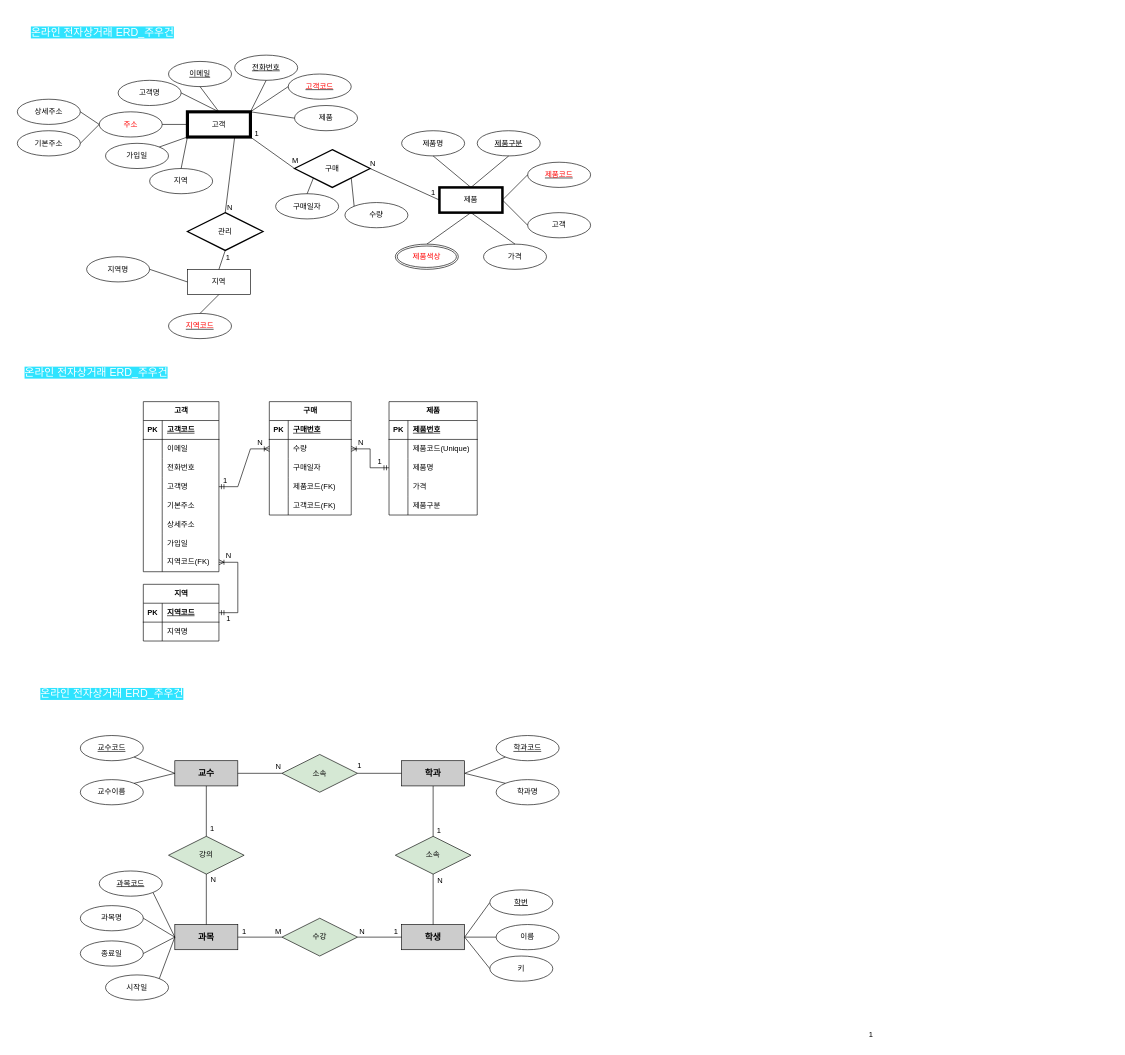
Joowoogun/Bigdata keeps this draw.io diagram as product.drawio. Above is the earlier version. Source tidied: cells renumbered, new cells numbered last; positions are measured from the earlier drawing's top-left corner, leaving out a move shared by most shapes. Both pictures are drawn from the tidied source at 63%, with x=0, y=0 at pixel (11, 23).
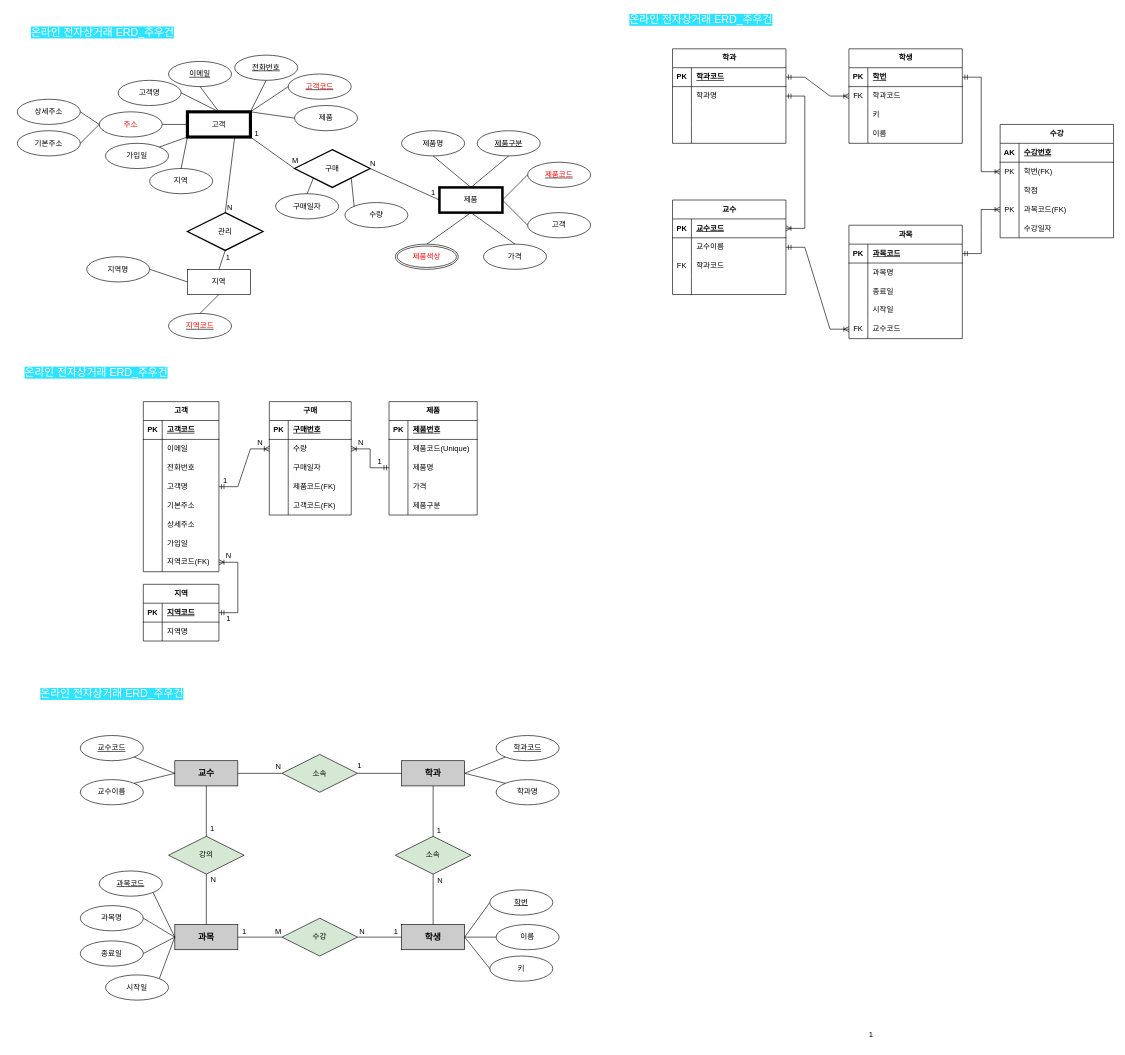
The same page after the edit.

What changed in the source:
```diff
@@
+    <mxCell id="182" value="학과" style="shape=table;startSize=30;childLayout=tableLayout;rowLines=0;fontStyle=1;align=center;html=1;" parent="1" vertex="1">
+      <mxGeometry x="1050" y="40" width="180" height="150" as="geometry" />
+    </mxCell>
+    <mxCell id="183" style="shape=tableRow;horizontal=0;startSize=0;swimlaneHead=0;swimlaneBody=0;fillColor=none;points=[[0,0.5],[1,0.5]];portConstraint=eastwest;top=0;left=0;right=0;bottom=1;" parent="182" vertex="1">
+      <mxGeometry y="30" width="180" height="30" as="geometry" />
+    </mxCell>
+    <mxCell id="184" value="PK" style="shape=partialRectangle;fillColor=none;top=0;left=0;bottom=0;right=0;fontStyle=1;overflow=hidden;whiteSpace=wrap;html=1;" parent="183" vertex="1">
+      <mxGeometry width="30" height="30" as="geometry" />
+    </mxCell>
+    <mxCell id="185" value="학과코드" style="shape=partialRectangle;fillColor=none;top=0;left=0;bottom=0;right=0;align=left;spacingLeft=6;fontStyle=5;overflow=hidden;whiteSpace=wrap;html=1;" parent="183" vertex="1">
+      <mxGeometry x="30" width="150" height="30" as="geometry" />
+    </mxCell>
+    <mxCell id="186" style="shape=tableRow;horizontal=0;startSize=0;swimlaneHead=0;swimlaneBody=0;fillColor=none;points=[[0,0.5],[1,0.5]];portConstraint=eastwest;top=0;left=0;right=0;bottom=0;" parent="182" vertex="1">
+      <mxGeometry y="60" width="180" height="30" as="geometry" />
+    </mxCell>
+    <mxCell id="187" style="shape=partialRectangle;fillColor=none;top=0;left=0;bottom=0;right=0;overflow=hidden;whiteSpace=wrap;html=1;" parent="186" vertex="1">
+      <mxGeometry width="30" height="30" as="geometry" />
+    </mxCell>
+    <mxCell id="188" value="학과명" style="shape=partialRectangle;fillColor=none;top=0;left=0;bottom=0;right=0;align=left;spacingLeft=6;overflow=hidden;whiteSpace=wrap;html=1;" parent="186" vertex="1">
+      <mxGeometry x="30" width="150" height="30" as="geometry" />
+    </mxCell>
+    <mxCell id="189" style="shape=tableRow;horizontal=0;startSize=0;swimlaneHead=0;swimlaneBody=0;fillColor=none;top=0;left=0;right=0;bottom=0;" parent="182" vertex="1">
+      <mxGeometry y="90" width="180" height="30" as="geometry" />
+    </mxCell>
+    <mxCell id="190" style="shape=partialRectangle;fillColor=none;top=0;left=0;bottom=0;right=0;overflow=hidden;whiteSpace=wrap;html=1;" parent="189" vertex="1">
+      <mxGeometry width="30" height="30" as="geometry" />
+    </mxCell>
+    <mxCell id="191" style="shape=partialRectangle;fillColor=none;top=0;left=0;bottom=0;right=0;align=left;spacingLeft=6;overflow=hidden;whiteSpace=wrap;html=1;" parent="189" vertex="1">
+      <mxGeometry x="30" width="150" height="30" as="geometry" />
+    </mxCell>
+    <mxCell id="192" style="shape=tableRow;horizontal=0;startSize=0;swimlaneHead=0;swimlaneBody=0;fillColor=none;top=0;left=0;right=0;bottom=0;" parent="182" vertex="1">
+      <mxGeometry y="120" width="180" height="30" as="geometry" />
+    </mxCell>
+    <mxCell id="193" style="shape=partialRectangle;fillColor=none;top=0;left=0;bottom=0;right=0;overflow=hidden;whiteSpace=wrap;html=1;" parent="192" vertex="1">
+      <mxGeometry width="30" height="30" as="geometry" />
+    </mxCell>
+    <mxCell id="194" style="shape=partialRectangle;fillColor=none;top=0;left=0;bottom=0;right=0;align=left;spacingLeft=6;overflow=hidden;whiteSpace=wrap;html=1;" parent="192" vertex="1">
+      <mxGeometry x="30" width="150" height="30" as="geometry" />
+    </mxCell>
+    <mxCell id="195" value="교수" style="shape=table;startSize=30;childLayout=tableLayout;rowLines=0;fontStyle=1;align=center;html=1;" parent="1" vertex="1">
+      <mxGeometry x="1050" y="280" width="180" height="150" as="geometry" />
+    </mxCell>
+    <mxCell id="196" style="shape=tableRow;horizontal=0;startSize=0;swimlaneHead=0;swimlaneBody=0;fillColor=none;points=[[0,0.5],[1,0.5]];portConstraint=eastwest;top=0;left=0;right=0;bottom=1;" parent="195" vertex="1">
+      <mxGeometry y="30" width="180" height="30" as="geometry" />
+    </mxCell>
+    <mxCell id="197" value="PK" style="shape=partialRectangle;fillColor=none;top=0;left=0;bottom=0;right=0;fontStyle=1;overflow=hidden;whiteSpace=wrap;html=1;" parent="196" vertex="1">
+      <mxGeometry width="30" height="30" as="geometry" />
+    </mxCell>
+    <mxCell id="198" value="교수코드" style="shape=partialRectangle;fillColor=none;top=0;left=0;bottom=0;right=0;align=left;spacingLeft=6;fontStyle=5;overflow=hidden;whiteSpace=wrap;html=1;" parent="196" vertex="1">
+      <mxGeometry x="30" width="150" height="30" as="geometry" />
+    </mxCell>
+    <mxCell id="199" style="shape=tableRow;horizontal=0;startSize=0;swimlaneHead=0;swimlaneBody=0;fillColor=none;points=[[0,0.5],[1,0.5]];portConstraint=eastwest;top=0;left=0;right=0;bottom=0;" parent="195" vertex="1">
+      <mxGeometry y="60" width="180" height="30" as="geometry" />
+    </mxCell>
+    <mxCell id="200" style="shape=partialRectangle;fillColor=none;top=0;left=0;bottom=0;right=0;overflow=hidden;whiteSpace=wrap;html=1;" parent="199" vertex="1">
+      <mxGeometry width="30" height="30" as="geometry" />
+    </mxCell>
+    <mxCell id="201" value="교수이름" style="shape=partialRectangle;fillColor=none;top=0;left=0;bottom=0;right=0;align=left;spacingLeft=6;overflow=hidden;whiteSpace=wrap;html=1;" parent="199" vertex="1">
+      <mxGeometry x="30" width="150" height="30" as="geometry" />
+    </mxCell>
+    <mxCell id="202" style="shape=tableRow;horizontal=0;startSize=0;swimlaneHead=0;swimlaneBody=0;fillColor=none;top=0;left=0;right=0;bottom=0;" parent="195" vertex="1">
+      <mxGeometry y="90" width="180" height="30" as="geometry" />
+    </mxCell>
+    <mxCell id="203" value="FK" style="shape=partialRectangle;fillColor=none;top=0;left=0;bottom=0;right=0;overflow=hidden;whiteSpace=wrap;html=1;" parent="202" vertex="1">
+      <mxGeometry width="30" height="30" as="geometry" />
+    </mxCell>
+    <mxCell id="204" value="학과코드" style="shape=partialRectangle;fillColor=none;top=0;left=0;bottom=0;right=0;align=left;spacingLeft=6;overflow=hidden;whiteSpace=wrap;html=1;" parent="202" vertex="1">
+      <mxGeometry x="30" width="150" height="30" as="geometry" />
+    </mxCell>
+    <mxCell id="205" style="shape=tableRow;horizontal=0;startSize=0;swimlaneHead=0;swimlaneBody=0;fillColor=none;top=0;left=0;right=0;bottom=0;" parent="195" vertex="1">
+      <mxGeometry y="120" width="180" height="30" as="geometry" />
+    </mxCell>
+    <mxCell id="206" style="shape=partialRectangle;fillColor=none;top=0;left=0;bottom=0;right=0;overflow=hidden;whiteSpace=wrap;html=1;" parent="205" vertex="1">
+      <mxGeometry width="30" height="30" as="geometry" />
+    </mxCell>
+    <mxCell id="207" style="shape=partialRectangle;fillColor=none;top=0;left=0;bottom=0;right=0;align=left;spacingLeft=6;overflow=hidden;whiteSpace=wrap;html=1;" parent="205" vertex="1">
+      <mxGeometry x="30" width="150" height="30" as="geometry" />
+    </mxCell>
+    <mxCell id="208" value="과목" style="shape=table;startSize=30;childLayout=tableLayout;rowLines=0;fontStyle=1;align=center;html=1;" parent="1" vertex="1">
+      <mxGeometry x="1330" y="320" width="180" height="180" as="geometry" />
+    </mxCell>
+    <mxCell id="209" style="shape=tableRow;horizontal=0;startSize=0;swimlaneHead=0;swimlaneBody=0;fillColor=none;points=[[0,0.5],[1,0.5]];portConstraint=eastwest;top=0;left=0;right=0;bottom=1;" parent="208" vertex="1">
+      <mxGeometry y="30" width="180" height="30" as="geometry" />
+    </mxCell>
+    <mxCell id="210" value="PK" style="shape=partialRectangle;fillColor=none;top=0;left=0;bottom=0;right=0;fontStyle=1;overflow=hidden;whiteSpace=wrap;html=1;" parent="209" vertex="1">
+      <mxGeometry width="30" height="30" as="geometry" />
+    </mxCell>
+    <mxCell id="211" value="과목코드" style="shape=partialRectangle;fillColor=none;top=0;left=0;bottom=0;right=0;align=left;spacingLeft=6;fontStyle=5;overflow=hidden;whiteSpace=wrap;html=1;" parent="209" vertex="1">
+      <mxGeometry x="30" width="150" height="30" as="geometry" />
+    </mxCell>
+    <mxCell id="212" style="shape=tableRow;horizontal=0;startSize=0;swimlaneHead=0;swimlaneBody=0;fillColor=none;top=0;left=0;right=0;bottom=0;" parent="208" vertex="1">
+      <mxGeometry y="60" width="180" height="30" as="geometry" />
+    </mxCell>
+    <mxCell id="213" style="shape=partialRectangle;fillColor=none;top=0;left=0;bottom=0;right=0;overflow=hidden;whiteSpace=wrap;html=1;" parent="212" vertex="1">
+      <mxGeometry width="30" height="30" as="geometry" />
+    </mxCell>
+    <mxCell id="214" value="과목명" style="shape=partialRectangle;fillColor=none;top=0;left=0;bottom=0;right=0;align=left;spacingLeft=6;overflow=hidden;whiteSpace=wrap;html=1;" parent="212" vertex="1">
+      <mxGeometry x="30" width="150" height="30" as="geometry" />
+    </mxCell>
+    <mxCell id="215" style="shape=tableRow;horizontal=0;startSize=0;swimlaneHead=0;swimlaneBody=0;fillColor=none;top=0;left=0;right=0;bottom=0;" parent="208" vertex="1">
+      <mxGeometry y="90" width="180" height="30" as="geometry" />
+    </mxCell>
+    <mxCell id="216" style="shape=partialRectangle;fillColor=none;top=0;left=0;bottom=0;right=0;overflow=hidden;whiteSpace=wrap;html=1;" parent="215" vertex="1">
+      <mxGeometry width="30" height="30" as="geometry" />
+    </mxCell>
+    <mxCell id="217" value="종료일" style="shape=partialRectangle;fillColor=none;top=0;left=0;bottom=0;right=0;align=left;spacingLeft=6;overflow=hidden;whiteSpace=wrap;html=1;" parent="215" vertex="1">
+      <mxGeometry x="30" width="150" height="30" as="geometry" />
+    </mxCell>
+    <mxCell id="218" style="shape=tableRow;horizontal=0;startSize=0;swimlaneHead=0;swimlaneBody=0;fillColor=none;top=0;left=0;right=0;bottom=0;" parent="208" vertex="1">
+      <mxGeometry y="120" width="180" height="30" as="geometry" />
+    </mxCell>
+    <mxCell id="219" style="shape=partialRectangle;fillColor=none;top=0;left=0;bottom=0;right=0;overflow=hidden;whiteSpace=wrap;html=1;" parent="218" vertex="1">
+      <mxGeometry width="30" height="30" as="geometry" />
+    </mxCell>
+    <mxCell id="220" value="시작일" style="shape=partialRectangle;fillColor=none;top=0;left=0;bottom=0;right=0;align=left;spacingLeft=6;overflow=hidden;whiteSpace=wrap;html=1;" parent="218" vertex="1">
+      <mxGeometry x="30" width="150" height="30" as="geometry" />
+    </mxCell>
+    <mxCell id="221" style="shape=tableRow;horizontal=0;startSize=0;swimlaneHead=0;swimlaneBody=0;fillColor=none;points=[[0,0.5],[1,0.5]];portConstraint=eastwest;top=0;left=0;right=0;bottom=0;" parent="208" vertex="1">
+      <mxGeometry y="150" width="180" height="30" as="geometry" />
+    </mxCell>
+    <mxCell id="222" value="FK" style="shape=partialRectangle;fillColor=none;top=0;left=0;bottom=0;right=0;overflow=hidden;whiteSpace=wrap;html=1;" parent="221" vertex="1">
+      <mxGeometry width="30" height="30" as="geometry" />
+    </mxCell>
+    <mxCell id="223" value="교수코드" style="shape=partialRectangle;fillColor=none;top=0;left=0;bottom=0;right=0;align=left;spacingLeft=6;overflow=hidden;whiteSpace=wrap;html=1;" parent="221" vertex="1">
+      <mxGeometry x="30" width="150" height="30" as="geometry" />
+    </mxCell>
+    <mxCell id="224" value="학생" style="shape=table;startSize=30;childLayout=tableLayout;rowLines=0;fontStyle=1;align=center;html=1;" parent="1" vertex="1">
+      <mxGeometry x="1330" y="40" width="180" height="150" as="geometry" />
+    </mxCell>
+    <mxCell id="225" style="shape=tableRow;horizontal=0;startSize=0;swimlaneHead=0;swimlaneBody=0;fillColor=none;points=[[0,0.5],[1,0.5]];portConstraint=eastwest;top=0;left=0;right=0;bottom=1;" parent="224" vertex="1">
+      <mxGeometry y="30" width="180" height="30" as="geometry" />
+    </mxCell>
+    <mxCell id="226" value="PK" style="shape=partialRectangle;fillColor=none;top=0;left=0;bottom=0;right=0;fontStyle=1;overflow=hidden;whiteSpace=wrap;html=1;" parent="225" vertex="1">
+      <mxGeometry width="30" height="30" as="geometry" />
+    </mxCell>
+    <mxCell id="227" value="학번" style="shape=partialRectangle;fillColor=none;top=0;left=0;bottom=0;right=0;align=left;spacingLeft=6;fontStyle=5;overflow=hidden;whiteSpace=wrap;html=1;" parent="225" vertex="1">
+      <mxGeometry x="30" width="150" height="30" as="geometry" />
+    </mxCell>
+    <mxCell id="228" style="shape=tableRow;horizontal=0;startSize=0;swimlaneHead=0;swimlaneBody=0;fillColor=none;points=[[0,0.5],[1,0.5]];portConstraint=eastwest;top=0;left=0;right=0;bottom=0;" parent="224" vertex="1">
+      <mxGeometry y="60" width="180" height="30" as="geometry" />
+    </mxCell>
+    <mxCell id="229" value="FK" style="shape=partialRectangle;fillColor=none;top=0;left=0;bottom=0;right=0;overflow=hidden;whiteSpace=wrap;html=1;" parent="228" vertex="1">
+      <mxGeometry width="30" height="30" as="geometry" />
+    </mxCell>
+    <mxCell id="230" value="학과코드" style="shape=partialRectangle;fillColor=none;top=0;left=0;bottom=0;right=0;align=left;spacingLeft=6;overflow=hidden;whiteSpace=wrap;html=1;" parent="228" vertex="1">
+      <mxGeometry x="30" width="150" height="30" as="geometry" />
+    </mxCell>
+    <mxCell id="231" style="shape=tableRow;horizontal=0;startSize=0;swimlaneHead=0;swimlaneBody=0;fillColor=none;top=0;left=0;right=0;bottom=0;" parent="224" vertex="1">
+      <mxGeometry y="90" width="180" height="30" as="geometry" />
+    </mxCell>
+    <mxCell id="232" style="shape=partialRectangle;fillColor=none;top=0;left=0;bottom=0;right=0;overflow=hidden;whiteSpace=wrap;html=1;" parent="231" vertex="1">
+      <mxGeometry width="30" height="30" as="geometry" />
+    </mxCell>
+    <mxCell id="233" value="키" style="shape=partialRectangle;fillColor=none;top=0;left=0;bottom=0;right=0;align=left;spacingLeft=6;overflow=hidden;whiteSpace=wrap;html=1;" parent="231" vertex="1">
+      <mxGeometry x="30" width="150" height="30" as="geometry" />
+    </mxCell>
+    <mxCell id="234" style="shape=tableRow;horizontal=0;startSize=0;swimlaneHead=0;swimlaneBody=0;fillColor=none;top=0;left=0;right=0;bottom=0;" parent="224" vertex="1">
+      <mxGeometry y="120" width="180" height="30" as="geometry" />
+    </mxCell>
+    <mxCell id="235" style="shape=partialRectangle;fillColor=none;top=0;left=0;bottom=0;right=0;overflow=hidden;whiteSpace=wrap;html=1;" parent="234" vertex="1">
+      <mxGeometry width="30" height="30" as="geometry" />
+    </mxCell>
+    <mxCell id="236" value="이름" style="shape=partialRectangle;fillColor=none;top=0;left=0;bottom=0;right=0;align=left;spacingLeft=6;overflow=hidden;whiteSpace=wrap;html=1;" parent="234" vertex="1">
+      <mxGeometry x="30" width="150" height="30" as="geometry" />
+    </mxCell>
+    <mxCell id="237" value="수강" style="shape=table;startSize=30;childLayout=tableLayout;rowLines=0;fontStyle=1;align=center;html=1;" parent="1" vertex="1">
+      <mxGeometry x="1570" y="160" width="180" height="180" as="geometry" />
+    </mxCell>
+    <mxCell id="238" style="shape=tableRow;horizontal=0;startSize=0;swimlaneHead=0;swimlaneBody=0;fillColor=none;top=0;left=0;right=0;bottom=1;" parent="237" vertex="1">
+      <mxGeometry y="30" width="180" height="30" as="geometry" />
+    </mxCell>
+    <mxCell id="239" value="AK" style="shape=partialRectangle;fillColor=none;top=0;left=0;bottom=0;right=0;fontStyle=1;overflow=hidden;whiteSpace=wrap;html=1;" parent="238" vertex="1">
+      <mxGeometry width="30" height="30" as="geometry" />
+    </mxCell>
+    <mxCell id="240" value="수강번호" style="shape=partialRectangle;fillColor=none;top=0;left=0;bottom=0;right=0;align=left;spacingLeft=6;fontStyle=5;overflow=hidden;whiteSpace=wrap;html=1;" parent="238" vertex="1">
+      <mxGeometry x="30" width="150" height="30" as="geometry" />
+    </mxCell>
+    <mxCell id="241" style="shape=tableRow;horizontal=0;startSize=0;swimlaneHead=0;swimlaneBody=0;fillColor=none;points=[[0,0.5],[1,0.5]];portConstraint=eastwest;top=0;left=0;right=0;bottom=0;" parent="237" vertex="1">
+      <mxGeometry y="60" width="180" height="30" as="geometry" />
+    </mxCell>
+    <mxCell id="242" value="PK" style="shape=partialRectangle;fillColor=none;top=0;left=0;bottom=0;right=0;overflow=hidden;whiteSpace=wrap;html=1;" parent="241" vertex="1">
+      <mxGeometry width="30" height="30" as="geometry" />
+    </mxCell>
+    <mxCell id="243" value="학번(FK)" style="shape=partialRectangle;fillColor=none;top=0;left=0;bottom=0;right=0;align=left;spacingLeft=6;overflow=hidden;whiteSpace=wrap;html=1;" parent="241" vertex="1">
+      <mxGeometry x="30" width="150" height="30" as="geometry" />
+    </mxCell>
+    <mxCell id="244" style="shape=tableRow;horizontal=0;startSize=0;swimlaneHead=0;swimlaneBody=0;fillColor=none;top=0;left=0;right=0;bottom=0;" parent="237" vertex="1">
+      <mxGeometry y="90" width="180" height="30" as="geometry" />
+    </mxCell>
+    <mxCell id="245" style="shape=partialRectangle;fillColor=none;top=0;left=0;bottom=0;right=0;overflow=hidden;whiteSpace=wrap;html=1;" parent="244" vertex="1">
+      <mxGeometry width="30" height="30" as="geometry" />
+    </mxCell>
+    <mxCell id="246" value="학점" style="shape=partialRectangle;fillColor=none;top=0;left=0;bottom=0;right=0;align=left;spacingLeft=6;overflow=hidden;whiteSpace=wrap;html=1;" parent="244" vertex="1">
+      <mxGeometry x="30" width="150" height="30" as="geometry" />
+    </mxCell>
+    <mxCell id="247" style="shape=tableRow;horizontal=0;startSize=0;swimlaneHead=0;swimlaneBody=0;fillColor=none;points=[[0,0.5],[1,0.5]];portConstraint=eastwest;top=0;left=0;right=0;bottom=0;" parent="237" vertex="1">
+      <mxGeometry y="120" width="180" height="30" as="geometry" />
+    </mxCell>
+    <mxCell id="248" value="PK" style="shape=partialRectangle;fillColor=none;top=0;left=0;bottom=0;right=0;overflow=hidden;whiteSpace=wrap;html=1;" parent="247" vertex="1">
+      <mxGeometry width="30" height="30" as="geometry" />
+    </mxCell>
+    <mxCell id="249" value="과목코드(FK)" style="shape=partialRectangle;fillColor=none;top=0;left=0;bottom=0;right=0;align=left;spacingLeft=6;overflow=hidden;whiteSpace=wrap;html=1;" parent="247" vertex="1">
+      <mxGeometry x="30" width="150" height="30" as="geometry" />
+    </mxCell>
+    <mxCell id="250" style="shape=tableRow;horizontal=0;startSize=0;swimlaneHead=0;swimlaneBody=0;fillColor=none;top=0;left=0;right=0;bottom=0;" parent="237" vertex="1">
+      <mxGeometry y="150" width="180" height="30" as="geometry" />
+    </mxCell>
+    <mxCell id="251" style="shape=partialRectangle;fillColor=none;top=0;left=0;bottom=0;right=0;overflow=hidden;whiteSpace=wrap;html=1;" parent="250" vertex="1">
+      <mxGeometry width="30" height="30" as="geometry" />
+    </mxCell>
+    <mxCell id="252" value="수강일자" style="shape=partialRectangle;fillColor=none;top=0;left=0;bottom=0;right=0;align=left;spacingLeft=6;overflow=hidden;whiteSpace=wrap;html=1;" parent="250" vertex="1">
+      <mxGeometry x="30" width="150" height="30" as="geometry" />
+    </mxCell>
+    <mxCell id="253" style="edgeStyle=entityRelationEdgeStyle;fontSize=12;html=1;endArrow=ERoneToMany;startArrow=ERmandOne;rounded=0;exitX=1;exitY=0.5;exitDx=0;exitDy=0;entryX=0;entryY=0.5;entryDx=0;entryDy=0;" parent="1" edge="1" source="183" target="228">
+      <mxGeometry relative="1" as="geometry" />
+    </mxCell>
+    <mxCell id="254" style="edgeStyle=entityRelationEdgeStyle;fontSize=12;html=1;endArrow=ERoneToMany;startArrow=ERmandOne;rounded=0;entryX=1;entryY=0.5;entryDx=0;entryDy=0;exitX=1;exitY=0.5;exitDx=0;exitDy=0;" parent="1" edge="1" source="186" target="196">
+      <mxGeometry relative="1" as="geometry">
+        <Array as="points">
+          <mxPoint x="1000" y="230" />
+          <mxPoint x="1040" y="240" />
+        </Array>
+      </mxGeometry>
+    </mxCell>
+    <mxCell id="255" style="edgeStyle=entityRelationEdgeStyle;fontSize=12;html=1;endArrow=ERoneToMany;startArrow=ERmandOne;rounded=0;exitX=1;exitY=0.5;exitDx=0;exitDy=0;entryX=0;entryY=0.5;entryDx=0;entryDy=0;" parent="1" edge="1" source="199" target="221">
+      <mxGeometry relative="1" as="geometry" />
+    </mxCell>
+    <mxCell id="256" style="edgeStyle=entityRelationEdgeStyle;fontSize=12;html=1;endArrow=ERoneToMany;startArrow=ERmandOne;rounded=0;entryX=0;entryY=0.5;entryDx=0;entryDy=0;exitX=1;exitY=0.5;exitDx=0;exitDy=0;" parent="1" edge="1" source="225" target="241">
+      <mxGeometry relative="1" as="geometry" />
+    </mxCell>
+    <mxCell id="257" style="edgeStyle=entityRelationEdgeStyle;fontSize=12;html=1;endArrow=ERoneToMany;startArrow=ERmandOne;rounded=0;entryX=0;entryY=0.5;entryDx=0;entryDy=0;exitX=1;exitY=0.5;exitDx=0;exitDy=0;" parent="1" edge="1" source="209" target="247">
+      <mxGeometry relative="1" as="geometry" />
+    </mxCell>
+    <mxCell id="258" value="&lt;font style=&quot;font-size: 17px; background-color: rgb(46, 227, 255);&quot; color=&quot;#ffffff&quot;&gt;온라인 전자상거래 ERD_주우건&lt;/font&gt;" style="text;html=1;align=center;verticalAlign=middle;strokeColor=none;fillColor=none;strokeWidth=0;" parent="1" vertex="1">
+      <mxGeometry x="960" y="-20" width="270" height="30" as="geometry" />
+    </mxCell>
```
